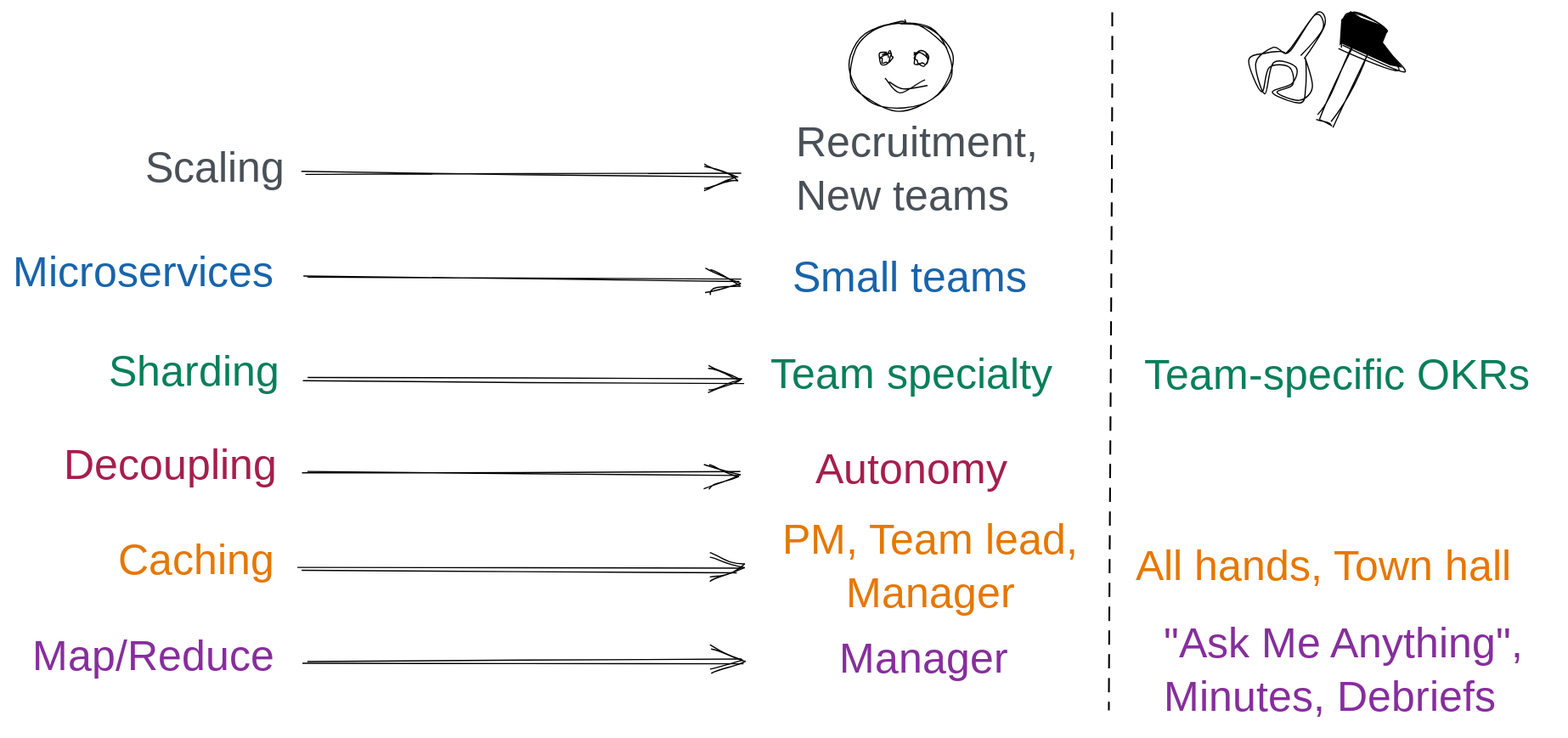
Earlier version of the Excalidraw export async-work/images/mapping2.svg (sinedied/talks). Source tidied: one line per element, renumbered; positions are measured from the earlier drawing's top-left corner, leaving out a move shared by most shapes. Its diagram source:
```json
{"id": 0, "type": "arrow", "strokeColor": "#000000", "strokeWidth": 1, "roughness": 2, "x": 247, "y": 138, "width": 367, "height": 0, "points": [[0, 0], [367, 0]]}
{"id": 1, "type": "arrow", "strokeColor": "#000000", "strokeWidth": 1, "roughness": 2, "x": 248, "y": 221, "width": 364, "height": 7, "points": [[0, 0], [364, 7]]}
{"id": 2, "type": "arrow", "strokeColor": "#000000", "strokeWidth": 1, "roughness": 2, "x": 245, "y": 386, "width": 367, "height": 2, "points": [[0, 0], [367, 2]]}
{"id": 3, "type": "arrow", "strokeColor": "#000000", "strokeWidth": 1, "roughness": 2, "x": 244, "y": 471, "width": 368, "height": 0, "points": [[0, 0], [368, 0]]}
{"id": 4, "type": "ellipse", "strokeColor": "#000000", "strokeWidth": 1, "roughness": 2, "x": 704, "y": 8, "width": 86, "height": 74}
{"id": 5, "type": "ellipse", "strokeColor": "#000000", "strokeWidth": 1, "roughness": 2, "x": 730, "y": 35, "width": 8, "height": 9}
{"id": 6, "type": "ellipse", "strokeColor": "#000000", "strokeWidth": 1, "roughness": 2, "x": 758, "y": 36, "width": 10, "height": 10}
{"id": 7, "type": "line", "strokeColor": "#000000", "strokeWidth": 1, "roughness": 2, "x": 738, "y": 61, "width": 33, "height": 5, "points": [[0, 0], [12, 5], [33, 1]]}
{"id": 8, "type": "rectangle", "strokeColor": "#000000", "angle": 5.16, "strokeWidth": 1, "roughness": 2, "x": 1083, "y": 53, "width": 77, "height": 14}
{"id": 9, "type": "line", "strokeColor": "#000000", "angle": 6.02, "backgroundColor": "#000", "fillStyle": "solid", "strokeWidth": 1, "roughness": 2, "x": 1118, "y": 30, "width": 43, "height": 58, "points": [[0, -6], [43, 28], [34, 1], [37, -12], [14, -30], [0, -6]]}
{"id": 10, "type": "line", "strokeColor": "#000000", "angle": 3.2, "strokeWidth": 1, "roughness": 2, "x": 1082, "y": 69, "width": 60, "height": 74, "points": [[-23, -30], [-41, -5], [-33, 7], [-13, -24], [-6, -25], [5, -27], [19, -39], [9, -61], [2, -40], [-16, -43], [-17, -53], [-2, -63], [-21, -67], [-31, -55], [-23, -30]]}
{"id": 11, "type": "line", "strokeColor": "#000000", "strokeWidth": 1, "strokeStyle": "dashed", "roughness": 2, "x": 923, "y": 2, "width": 0, "height": 589, "points": [[0, 0], [0, 589]]}
{"id": 12, "type": "text", "text": "Scaling", "strokeColor": "#495057", "strokeWidth": 1, "strokeStyle": "dashed", "roughness": 2, "fontSize": 36, "fontFamily": 1, "x": 112, "y": 112, "width": 116, "height": 45}
{"id": 13, "type": "text", "text": "Microservices", "strokeColor": "#1864ab", "strokeWidth": 1, "strokeStyle": "dashed", "roughness": 2, "fontSize": 36, "fontFamily": 1, "x": 0, "y": 200, "width": 231, "height": 45}
{"id": 14, "type": "text", "text": "Caching", "strokeColor": "#e67700", "strokeWidth": 1, "strokeStyle": "dashed", "roughness": 2, "fontSize": 36, "fontFamily": 1, "x": 89, "y": 442, "width": 132, "height": 45}
{"id": 15, "type": "text", "text": "Small teams", "strokeColor": "#1864ab", "strokeWidth": 1, "strokeStyle": "dashed", "roughness": 2, "fontSize": 36, "fontFamily": 1, "x": 657, "y": 204, "width": 211, "height": 45}
{"id": 16, "type": "text", "text": "Recruitment,\nNew teams", "strokeColor": "#495057", "strokeWidth": 1, "strokeStyle": "dashed", "roughness": 2, "fontSize": 36, "fontFamily": 1, "x": 659, "y": 90, "width": 210, "height": 90}
{"id": 17, "type": "arrow", "strokeColor": "#000000", "strokeWidth": 1, "roughness": 2, "x": 247, "y": 312, "width": 368, "height": 0, "points": [[0, 0], [368, 0]]}
{"id": 18, "type": "text", "text": "Sharding", "strokeColor": "#087f5b", "strokeWidth": 1, "strokeStyle": "dashed", "roughness": 2, "fontSize": 36, "fontFamily": 1, "x": 81, "y": 284, "width": 145, "height": 45}
{"id": 19, "type": "arrow", "strokeColor": "#000000", "strokeWidth": 1, "roughness": 2, "x": 246, "y": 547, "width": 368, "height": 0, "points": [[0, 0], [368, 0]]}
{"id": 20, "type": "text", "text": "Map/Reduce", "strokeColor": "#862e9c", "strokeWidth": 1, "strokeStyle": "dashed", "roughness": 2, "fontSize": 36, "fontFamily": 1, "x": 17, "y": 523, "width": 209, "height": 45}
{"id": 21, "type": "text", "text": "Autonomy", "strokeColor": "#a61e4d", "strokeWidth": 1, "roughness": 2, "fontSize": 36, "fontFamily": 1, "textAlign": "center", "x": 676, "y": 365, "width": 160, "height": 45}
{"id": 22, "type": "text", "text": "Decoupling", "strokeColor": "#a61e4d", "strokeWidth": 1, "strokeStyle": "dashed", "roughness": 2, "fontSize": 36, "fontFamily": 1, "x": 43, "y": 362, "width": 182, "height": 45}
{"id": 23, "type": "text", "text": "All hands, Town hall", "strokeColor": "#e67700", "strokeWidth": 1, "strokeStyle": "dashed", "roughness": 2, "fontSize": 36, "fontFamily": 1, "x": 945, "y": 447, "width": 351, "height": 45}
{"id": 24, "type": "text", "text": "Team specialty", "strokeColor": "#087f5b", "strokeWidth": 1, "strokeStyle": "dashed", "roughness": 2, "fontSize": 36, "fontFamily": 1, "x": 638, "y": 286, "width": 260, "height": 45}
{"id": 25, "type": "text", "text": "PM, Team lead,\nManager", "strokeColor": "#e67700", "strokeWidth": 1, "strokeStyle": "dashed", "roughness": 2, "fontSize": 36, "fontFamily": 1, "textAlign": "center", "x": 641, "y": 425, "width": 263, "height": 90}
{"id": 26, "type": "text", "text": "Manager", "strokeColor": "#862e9c", "strokeWidth": 1, "strokeStyle": "dashed", "roughness": 2, "fontSize": 36, "fontFamily": 1, "x": 696, "y": 525, "width": 142, "height": 45}
{"id": 27, "type": "text", "text": "\"Ask Me Anything\",\nMinutes, Debriefs", "strokeColor": "#862e9c", "strokeWidth": 1, "strokeStyle": "dashed", "roughness": 2, "fontSize": 36, "fontFamily": 1, "x": 968, "y": 512, "width": 316, "height": 90}
{"id": 28, "type": "text", "text": "Team-specific OKRs", "strokeColor": "#087f5b", "strokeWidth": 1, "strokeStyle": "dashed", "roughness": 2, "fontSize": 36, "fontFamily": 1, "x": 952, "y": 286, "width": 346, "height": 45}
```
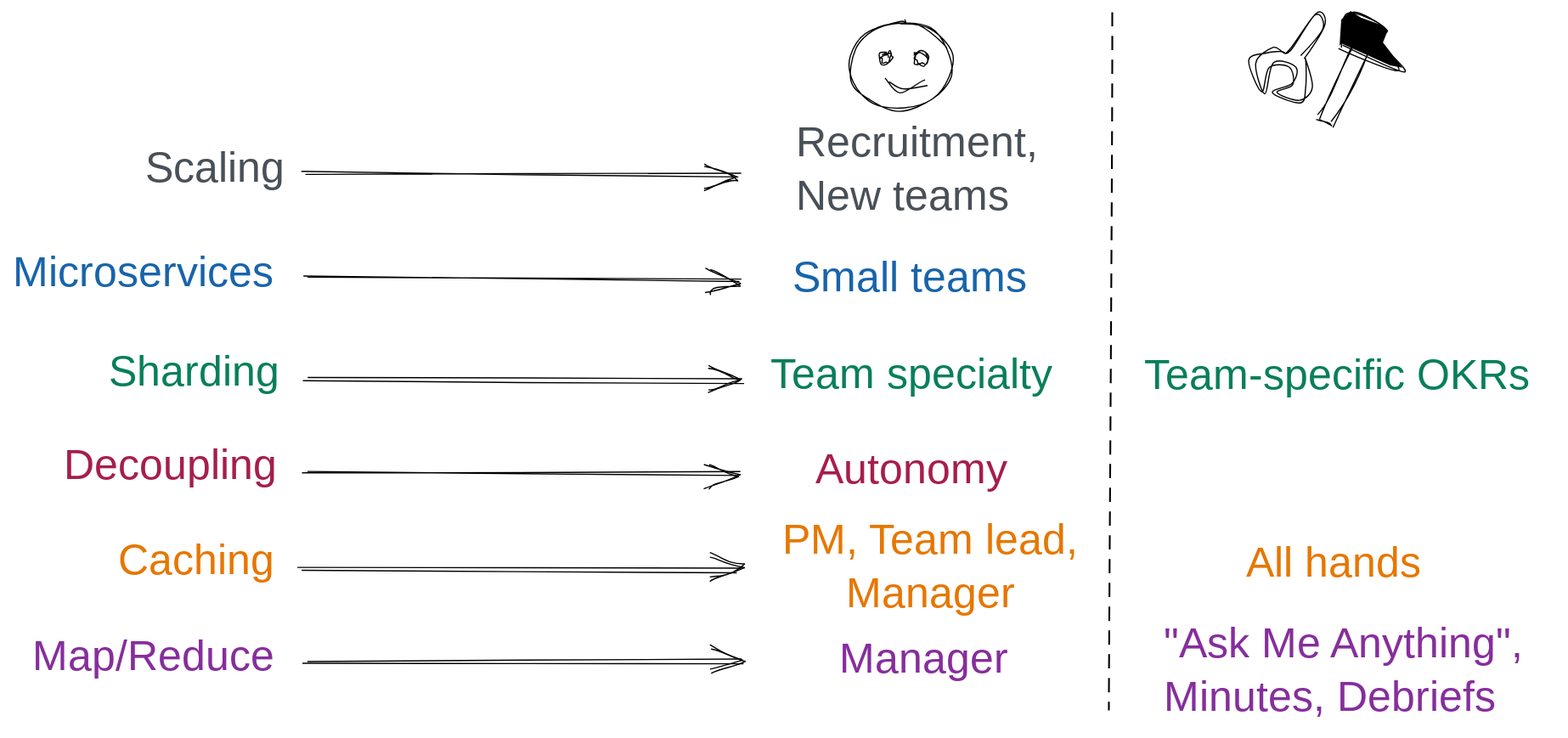
Later version of the same file.

Diff of the diagram source:
```diff
@@ -21,7 +21,7 @@
 {"id": 20, "type": "text", "text": "Map/Reduce", "strokeColor": "#862e9c", "strokeWidth": 1, "strokeStyle": "dashed", "roughness": 2, "fontSize": 36, "fontFamily": 1, "x": 17, "y": 523, "width": 209, "height": 45}
 {"id": 21, "type": "text", "text": "Autonomy", "strokeColor": "#a61e4d", "strokeWidth": 1, "roughness": 2, "fontSize": 36, "fontFamily": 1, "textAlign": "center", "x": 676, "y": 365, "width": 160, "height": 45}
 {"id": 22, "type": "text", "text": "Decoupling", "strokeColor": "#a61e4d", "strokeWidth": 1, "strokeStyle": "dashed", "roughness": 2, "fontSize": 36, "fontFamily": 1, "x": 43, "y": 362, "width": 182, "height": 45}
-{"id": 23, "type": "text", "text": "All hands, Town hall", "strokeColor": "#e67700", "strokeWidth": 1, "strokeStyle": "dashed", "roughness": 2, "fontSize": 36, "fontFamily": 1, "x": 945, "y": 447, "width": 351, "height": 45}
+{"id": 23, "type": "text", "text": "All hands", "strokeColor": "#e67700", "strokeWidth": 1, "strokeStyle": "dashed", "roughness": 2, "fontSize": 36, "fontFamily": 1, "x": 1038, "y": 444, "width": 159, "height": 45}
 {"id": 24, "type": "text", "text": "Team specialty", "strokeColor": "#087f5b", "strokeWidth": 1, "strokeStyle": "dashed", "roughness": 2, "fontSize": 36, "fontFamily": 1, "x": 638, "y": 286, "width": 260, "height": 45}
 {"id": 25, "type": "text", "text": "PM, Team lead,\nManager", "strokeColor": "#e67700", "strokeWidth": 1, "strokeStyle": "dashed", "roughness": 2, "fontSize": 36, "fontFamily": 1, "textAlign": "center", "x": 641, "y": 425, "width": 263, "height": 90}
 {"id": 26, "type": "text", "text": "Manager", "strokeColor": "#862e9c", "strokeWidth": 1, "strokeStyle": "dashed", "roughness": 2, "fontSize": 36, "fontFamily": 1, "x": 696, "y": 525, "width": 142, "height": 45}
```
